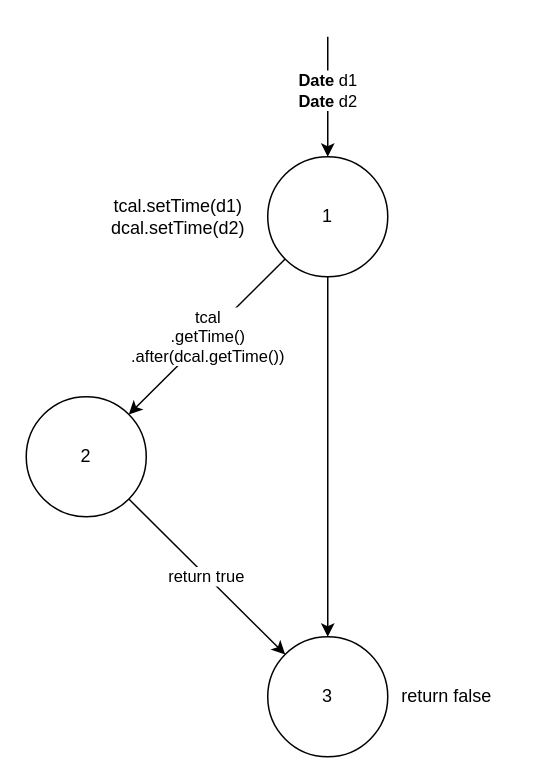
DandyEnders/EECS4313 keeps this draw.io diagram as assignment2/docs/CFG net.sf.borg.common.DateUtil.isAfter.drawio. Above is the earlier version. Source tidied: cells renumbered, new cells numbered last; positions are measured from the earlier drawing's top-left corner, leaving out a move shared by most shapes. Both pictures are drawn from the tidied source at 150%, with x=0, y=0 at pixel (26, 36).
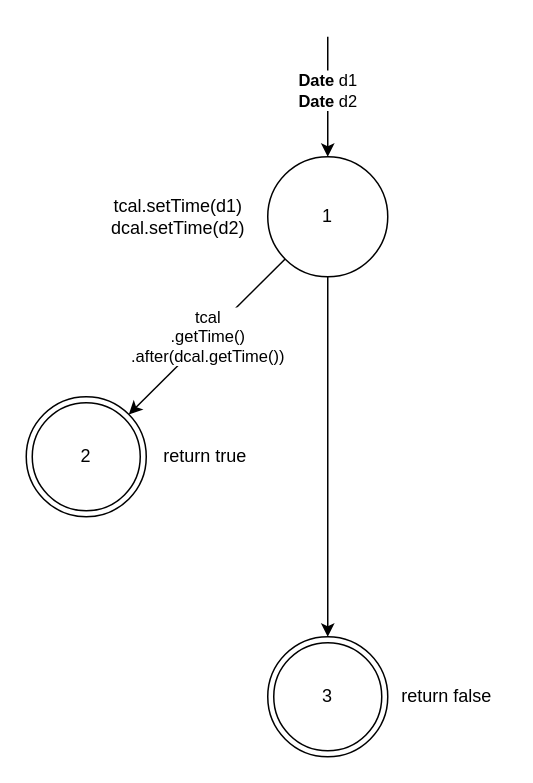
The same diagram, later.

What changed in the source:
```diff
@@
 <mxGraphModel>
   <root>
     <mxCell id="0" />
     <mxCell id="1" parent="0" />
     <mxCell id="2" value="tcal&lt;br&gt;.getTime()&lt;br&gt;.after(dcal.getTime())" style="edgeStyle=none;rounded=0;jettySize=auto;html=1;" parent="1" edge="1" source="4" target="8">
       <mxGeometry relative="1" as="geometry" />
     </mxCell>
     <mxCell id="3" style="edgeStyle=none;rounded=0;jettySize=auto;html=1;" parent="1" edge="1" source="4" target="6">
       <mxGeometry relative="1" as="geometry" />
     </mxCell>
     <mxCell id="4" value="1" style="ellipse;whiteSpace=wrap;html=1;" parent="1" vertex="1">
       <mxGeometry x="161" y="80" width="80" height="80" as="geometry" />
     </mxCell>
     <mxCell id="5" value="&lt;b&gt;Date &lt;/b&gt;d1&lt;br&gt;&lt;b&gt;Date &lt;/b&gt;d2" style="endArrow=classic;html=1;entryX=0.5;entryY=0;entryDx=0;entryDy=0;" parent="1" edge="1" target="4">
       <mxGeometry x="-0.11" relative="1" as="geometry">
         <mxPoint x="201" as="sourcePoint" />
       </mxGeometry>
     </mxCell>
-    <mxCell id="6" value="3" style="ellipse;whiteSpace=wrap;html=1;" parent="1" vertex="1">
+    <mxCell id="6" value="3" style="ellipse;shape=doubleEllipse;whiteSpace=wrap;html=1;" parent="1" vertex="1">
       <mxGeometry x="161" y="400" width="80" height="80" as="geometry" />
     </mxCell>
-    <mxCell id="7" value="return true" style="edgeStyle=none;rounded=0;jettySize=auto;html=1;" parent="1" edge="1" source="8" target="6">
-      <mxGeometry relative="1" as="geometry" />
-    </mxCell>
-    <mxCell id="8" value="2" style="ellipse;whiteSpace=wrap;html=1;" parent="1" vertex="1">
+    <mxCell id="8" value="2" style="ellipse;shape=doubleEllipse;whiteSpace=wrap;html=1;" parent="1" vertex="1">
       <mxGeometry y="240" width="80" height="80" as="geometry" />
     </mxCell>
     <mxCell id="9" value="tcal.setTime(d1)&lt;br&gt;dcal.setTime(d2)" style="text;html=1;strokeColor=none;fillColor=none;align=center;verticalAlign=middle;whiteSpace=wrap;rounded=0;" parent="1" vertex="1">
       <mxGeometry x="42" y="100" width="119" height="40" as="geometry" />
     </mxCell>
     <mxCell id="10" value="return false" style="text;html=1;strokeColor=none;fillColor=none;align=center;verticalAlign=middle;whiteSpace=wrap;rounded=0;" parent="1" vertex="1">
       <mxGeometry x="241" y="430" width="79" height="20" as="geometry" />
     </mxCell>
+    <mxCell id="7" value="return true" style="text;html=1;strokeColor=none;fillColor=none;align=center;verticalAlign=middle;whiteSpace=wrap;rounded=0;" parent="1" vertex="1">
+      <mxGeometry x="80" y="270" width="79" height="20" as="geometry" />
+    </mxCell>
   </root>
 </mxGraphModel>
```
